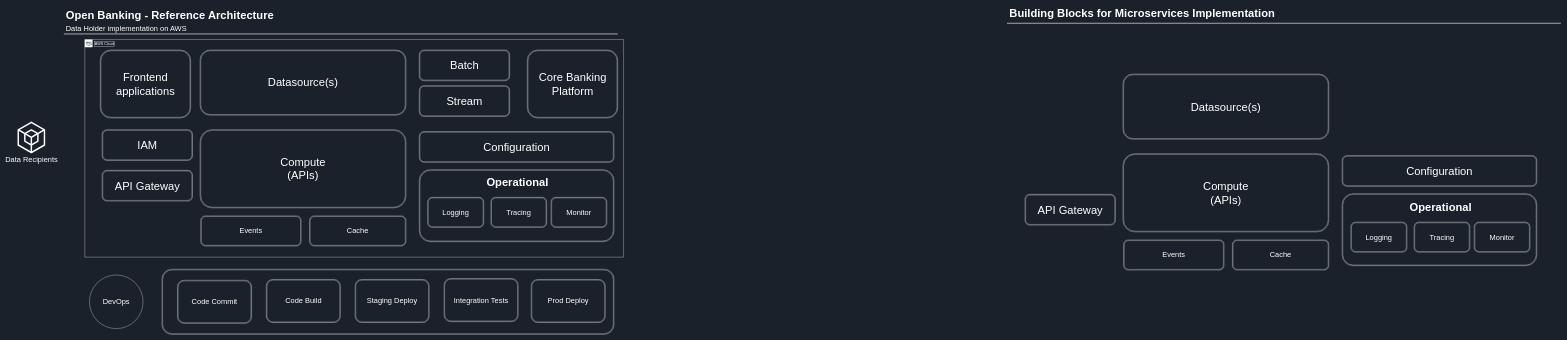
openbanking-simulator/Reference_Architecture keeps this draw.io diagram as page "Building Blocks" (2 of 4) of drawio/OpenBanking_Reference_AWS.drawio. Above is the earlier version. Source tidied: cells renumbered, new cells numbered last; positions are measured from the earlier drawing's top-left corner, leaving out a move shared by most shapes. Both pictures are drawn from the tidied source at 31%, with x=0, y=0 at pixel (17, 5).
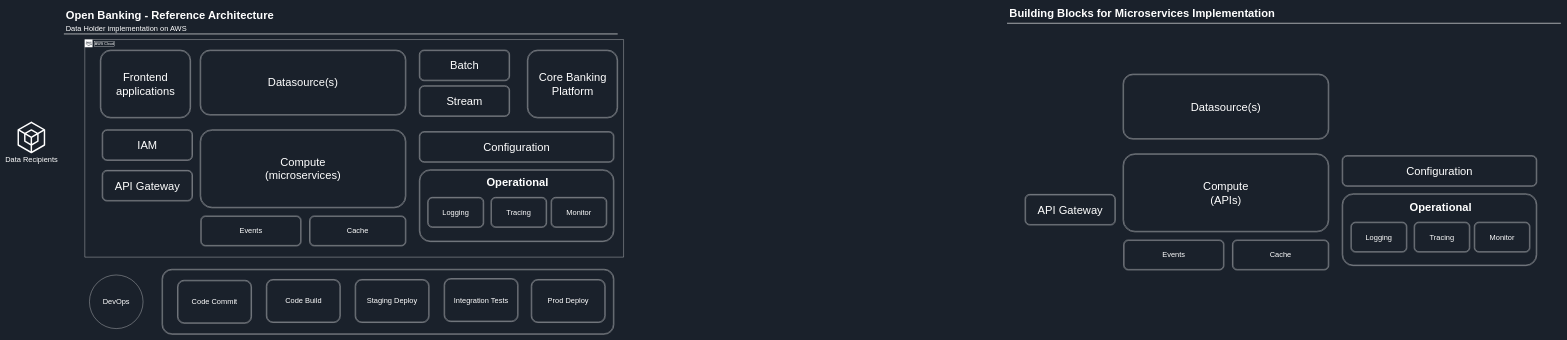
Above is the later version.

Diff of the diagram source:
```diff
@@
-    <mxCell id="10" value="&lt;span style=&quot;font-size: 36px&quot;&gt;Compute&lt;br&gt;(APIs)&lt;br&gt;&lt;/span&gt;" style="shape=ext;double=1;rounded=1;whiteSpace=wrap;html=1;strokeColor=#FFFFFF;fillColor=#1A212B;fontColor=#FFFFFF;" parent="1" vertex="1">
+    <mxCell id="10" value="&lt;span style=&quot;font-size: 36px&quot;&gt;Compute&lt;br&gt;(microservices)&lt;br&gt;&lt;/span&gt;" style="shape=ext;double=1;rounded=1;whiteSpace=wrap;html=1;strokeColor=#FFFFFF;fillColor=#1A212B;fontColor=#FFFFFF;" parent="1" vertex="1">
       <mxGeometry x="589" y="402" width="664" height="252" as="geometry" />
     </mxCell>
```
